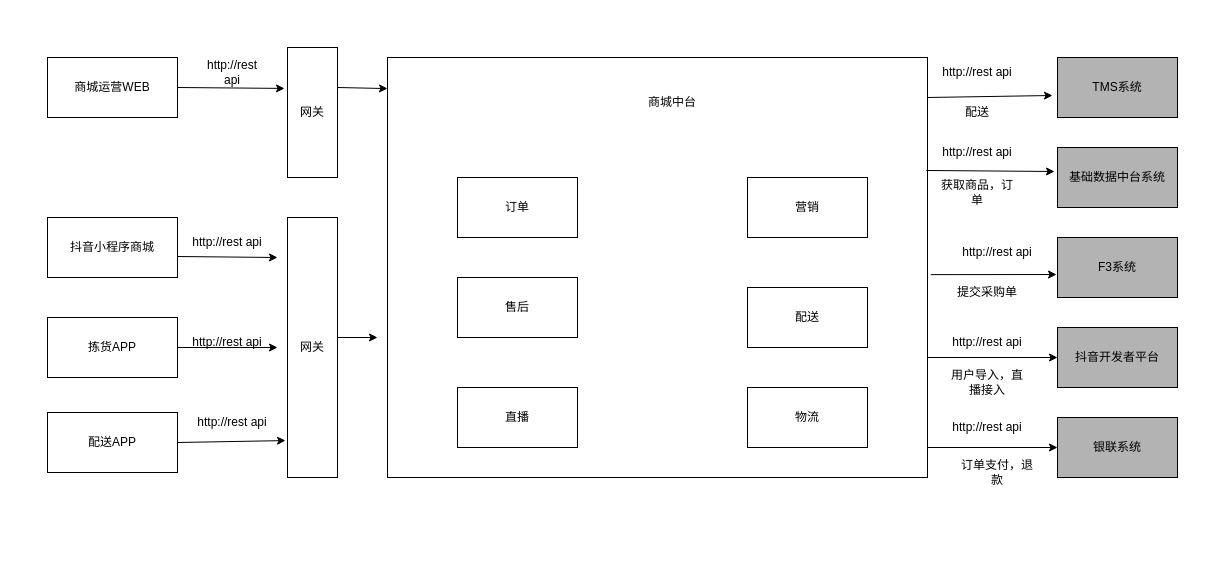
Above: ArchitectureDiagram/凤凰商场整体架构.drawio in liuyunlong1229/aaa (draw.io), before the change. Source tidied: cells renumbered, new cells numbered last; positions are measured from the earlier drawing's top-left corner, leaving out a move shared by most shapes. Both pictures are drawn from the tidied source at 100%, with x=0, y=0 at pixel (47, 47).
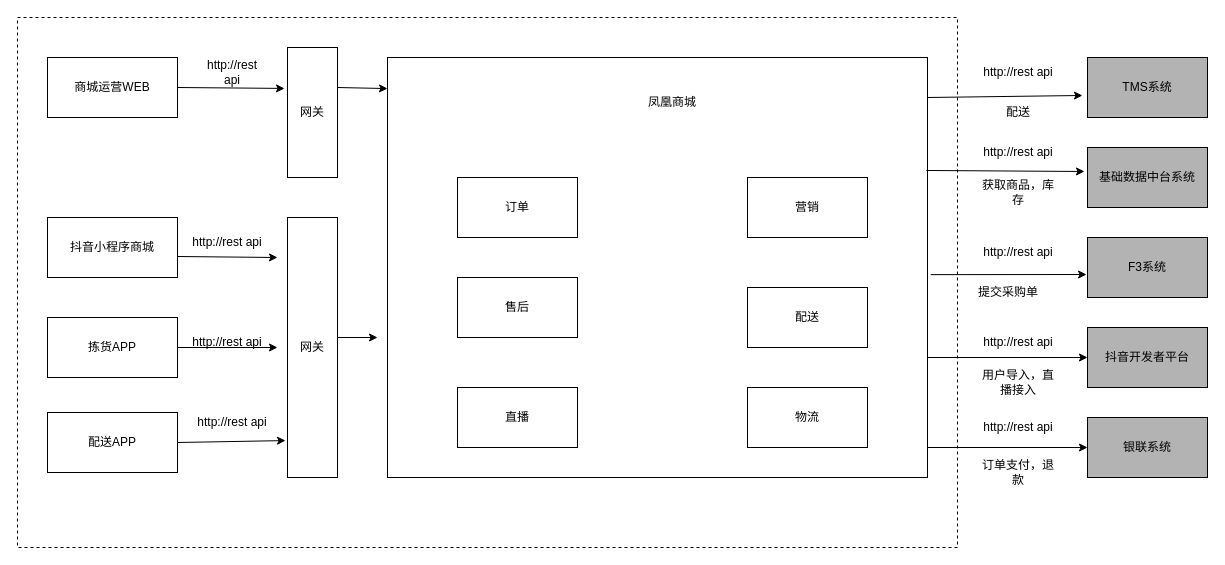
Above is the later version.

Commit message:
更新凤凰商场整体架构.drawio

What changed in the source:
```diff
@@
+    <mxCell id="46" style="rounded=0;whiteSpace=wrap;html=1;dashed=1;" parent="1" vertex="1">
+      <mxGeometry x="-30" y="-30" width="940" height="530" as="geometry" />
+    </mxCell>
@@
     <mxCell id="3" value="TMS系统" style="rounded=0;whiteSpace=wrap;html=1;fillColor=#B3B3B3;" parent="1" vertex="1">
-      <mxGeometry x="1010" y="10" width="120" height="60" as="geometry" />
+      <mxGeometry x="1040" y="10" width="120" height="60" as="geometry" />
     </mxCell>
     <mxCell id="4" value="基础数据中台系统" style="rounded=0;whiteSpace=wrap;html=1;fillColor=#B3B3B3;" parent="1" vertex="1">
-      <mxGeometry x="1010" y="100" width="120" height="60" as="geometry" />
+      <mxGeometry x="1040" y="100" width="120" height="60" as="geometry" />
     </mxCell>
     <mxCell id="5" value="F3系统" style="rounded=0;whiteSpace=wrap;html=1;fillColor=#B3B3B3;" parent="1" vertex="1">
-      <mxGeometry x="1010" y="190" width="120" height="60" as="geometry" />
+      <mxGeometry x="1040" y="190" width="120" height="60" as="geometry" />
     </mxCell>
     <mxCell id="6" value="抖音开发者平台" style="rounded=0;whiteSpace=wrap;html=1;fillColor=#B3B3B3;" parent="1" vertex="1">
-      <mxGeometry x="1010" y="280" width="120" height="60" as="geometry" />
+      <mxGeometry x="1040" y="280" width="120" height="60" as="geometry" />
     </mxCell>
@@
-    <mxCell id="19" value="商城中台" style="text;html=1;strokeColor=none;fillColor=none;align=center;verticalAlign=middle;whiteSpace=wrap;rounded=0;" parent="1" vertex="1">
+    <mxCell id="19" value="凤凰商城" style="text;html=1;strokeColor=none;fillColor=none;align=center;verticalAlign=middle;whiteSpace=wrap;rounded=0;" parent="1" vertex="1">
       <mxGeometry x="550" y="40" width="150" height="30" as="geometry" />
     </mxCell>
@@
     <mxCell id="27" value="银联系统" style="rounded=0;whiteSpace=wrap;html=1;fillColor=#B3B3B3;" parent="1" vertex="1">
-      <mxGeometry x="1010" y="370" width="120" height="60" as="geometry" />
+      <mxGeometry x="1040" y="370" width="120" height="60" as="geometry" />
     </mxCell>
@@
     <mxCell id="36" value="http://rest api" style="text;html=1;strokeColor=none;fillColor=none;align=center;verticalAlign=middle;whiteSpace=wrap;rounded=0;" parent="1" vertex="1">
-      <mxGeometry x="890" y="10" width="80" height="30" as="geometry" />
+      <mxGeometry x="931" y="10" width="80" height="30" as="geometry" />
     </mxCell>
     <mxCell id="37" value="http://rest api" style="text;html=1;strokeColor=none;fillColor=none;align=center;verticalAlign=middle;whiteSpace=wrap;rounded=0;" parent="1" vertex="1">
-      <mxGeometry x="890" y="90" width="80" height="30" as="geometry" />
+      <mxGeometry x="931" y="90" width="80" height="30" as="geometry" />
     </mxCell>
-    <mxCell id="38" value="获取商品，订单" style="text;html=1;strokeColor=none;fillColor=none;align=center;verticalAlign=middle;whiteSpace=wrap;rounded=0;" parent="1" vertex="1">
-      <mxGeometry x="890" y="130" width="80" height="30" as="geometry" />
+    <mxCell id="38" value="获取商品，库存" style="text;html=1;strokeColor=none;fillColor=none;align=center;verticalAlign=middle;whiteSpace=wrap;rounded=0;" parent="1" vertex="1">
+      <mxGeometry x="931" y="130" width="80" height="30" as="geometry" />
     </mxCell>
     <mxCell id="39" value="配送" style="text;html=1;strokeColor=none;fillColor=none;align=center;verticalAlign=middle;whiteSpace=wrap;rounded=0;" parent="1" vertex="1">
-      <mxGeometry x="900" y="50" width="60" height="30" as="geometry" />
+      <mxGeometry x="941" y="50" width="60" height="30" as="geometry" />
     </mxCell>
     <mxCell id="40" value="提交采购单" style="text;html=1;strokeColor=none;fillColor=none;align=center;verticalAlign=middle;whiteSpace=wrap;rounded=0;" parent="1" vertex="1">
-      <mxGeometry x="900" y="230" width="80" height="30" as="geometry" />
+      <mxGeometry x="921" y="230" width="80" height="30" as="geometry" />
     </mxCell>
     <mxCell id="41" value="用户导入，直播接入" style="text;html=1;strokeColor=none;fillColor=none;align=center;verticalAlign=middle;whiteSpace=wrap;rounded=0;" parent="1" vertex="1">
-      <mxGeometry x="900" y="320" width="80" height="30" as="geometry" />
+      <mxGeometry x="931" y="320" width="80" height="30" as="geometry" />
     </mxCell>
     <mxCell id="42" value="订单支付，退款" style="text;html=1;strokeColor=none;fillColor=none;align=center;verticalAlign=middle;whiteSpace=wrap;rounded=0;" parent="1" vertex="1">
-      <mxGeometry x="910" y="410" width="80" height="30" as="geometry" />
+      <mxGeometry x="931" y="410" width="80" height="30" as="geometry" />
     </mxCell>
     <mxCell id="43" value="http://rest api" style="text;html=1;strokeColor=none;fillColor=none;align=center;verticalAlign=middle;whiteSpace=wrap;rounded=0;" parent="1" vertex="1">
-      <mxGeometry x="900" y="280" width="80" height="30" as="geometry" />
+      <mxGeometry x="931" y="280" width="80" height="30" as="geometry" />
     </mxCell>
     <mxCell id="44" value="http://rest api" style="text;html=1;strokeColor=none;fillColor=none;align=center;verticalAlign=middle;whiteSpace=wrap;rounded=0;" parent="1" vertex="1">
-      <mxGeometry x="910" y="190" width="80" height="30" as="geometry" />
+      <mxGeometry x="931" y="190" width="80" height="30" as="geometry" />
     </mxCell>
     <mxCell id="45" value="http://rest api" style="text;html=1;strokeColor=none;fillColor=none;align=center;verticalAlign=middle;whiteSpace=wrap;rounded=0;" parent="1" vertex="1">
-      <mxGeometry x="900" y="365" width="80" height="30" as="geometry" />
+      <mxGeometry x="931" y="365" width="80" height="30" as="geometry" />
     </mxCell>
```
